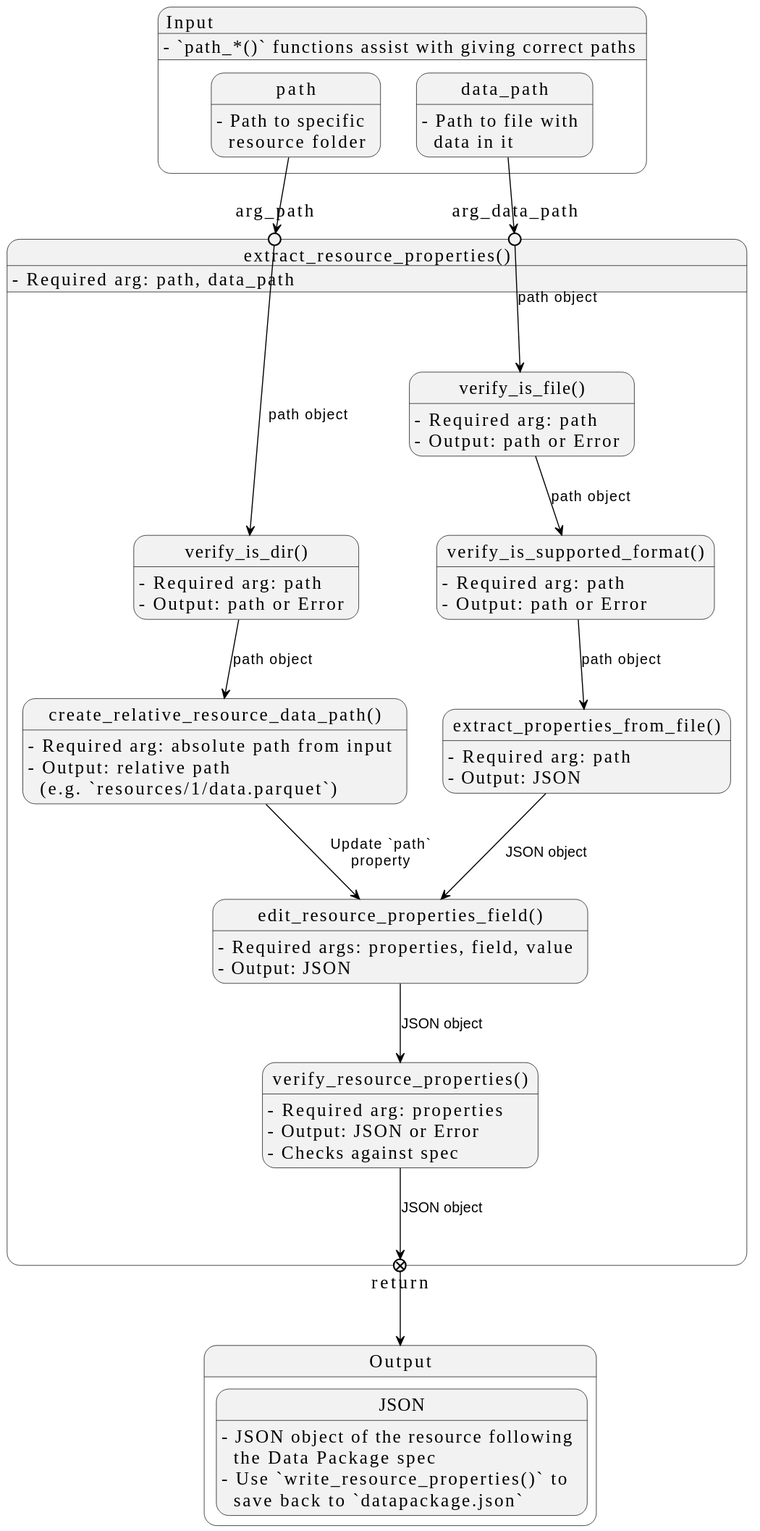
Earlier version of the PlantUML export docs/design/images/core-python-functions/extract-resource-properties.svg (signekb/seedcase-sprout). Its diagram source:
```plantuml
@startuml
!theme seedcase from https://raw.githubusercontent.com/seedcase-project/seedcase-theme/main

state "Input" as input {
  input : - `path_*()` functions assist with giving correct paths
  path : - Path to specific\n  resource folder
  data_path : - Path to file with\n  data in it
  path -[hidden]> data_path
}

state "Output" as output {
  state "JSON" as json_output
  json_output : - JSON object of the resource following\n  the Data Package spec
  json_output : - Use `write_resource_properties()` to\n  save back to `datapackage.json`
}

state "extract_resource_properties()" as erp {
  erp : - Required arg: path, data_path

  state arg_path <<entryPoint>>
  state arg_data_path <<entryPoint>>

  path --> arg_path
  data_path --> arg_data_path

  state "verify_is_dir()" as vid
  vid : - Required arg: path
  vid : - Output: path or Error
  arg_path --> vid : path object

  state "create_relative_resource_data_path()" as crrdp
  crrdp : - Required arg: absolute path from input
  crrdp : - Output: relative path\n  (e.g. `resources/1/data.parquet`)
  vid --> crrdp : path object

  state "verify_is_file()" as vif
  vif : - Required arg: path
  vif : - Output: path or Error
  arg_data_path --> vif : path object

  state "verify_is_supported_format()" as vsf
  vsf : - Required arg: path
  vsf : - Output: path or Error
  vif --> vsf : path object

  state "extract_properties_from_file()" as epff
  epff : - Required arg: path
  epff : - Output: JSON
  vsf --> epff : path object

  state "edit_resource_properties_field()" as erpf
  erpf : - Required args: properties, field, value
  erpf : - Output: JSON
  epff --> erpf : JSON object
  crrdp --> erpf : Update `path`\nproperty

  state "verify_resource_properties()" as vrp
  vrp : - Required arg: properties
  vrp : - Output: JSON or Error
  vrp : - Checks against spec
  erpf --> vrp : JSON object

  state "return" <<exitPoint>>
  vrp --> return : JSON object
  return --> output
}
@enduml
```
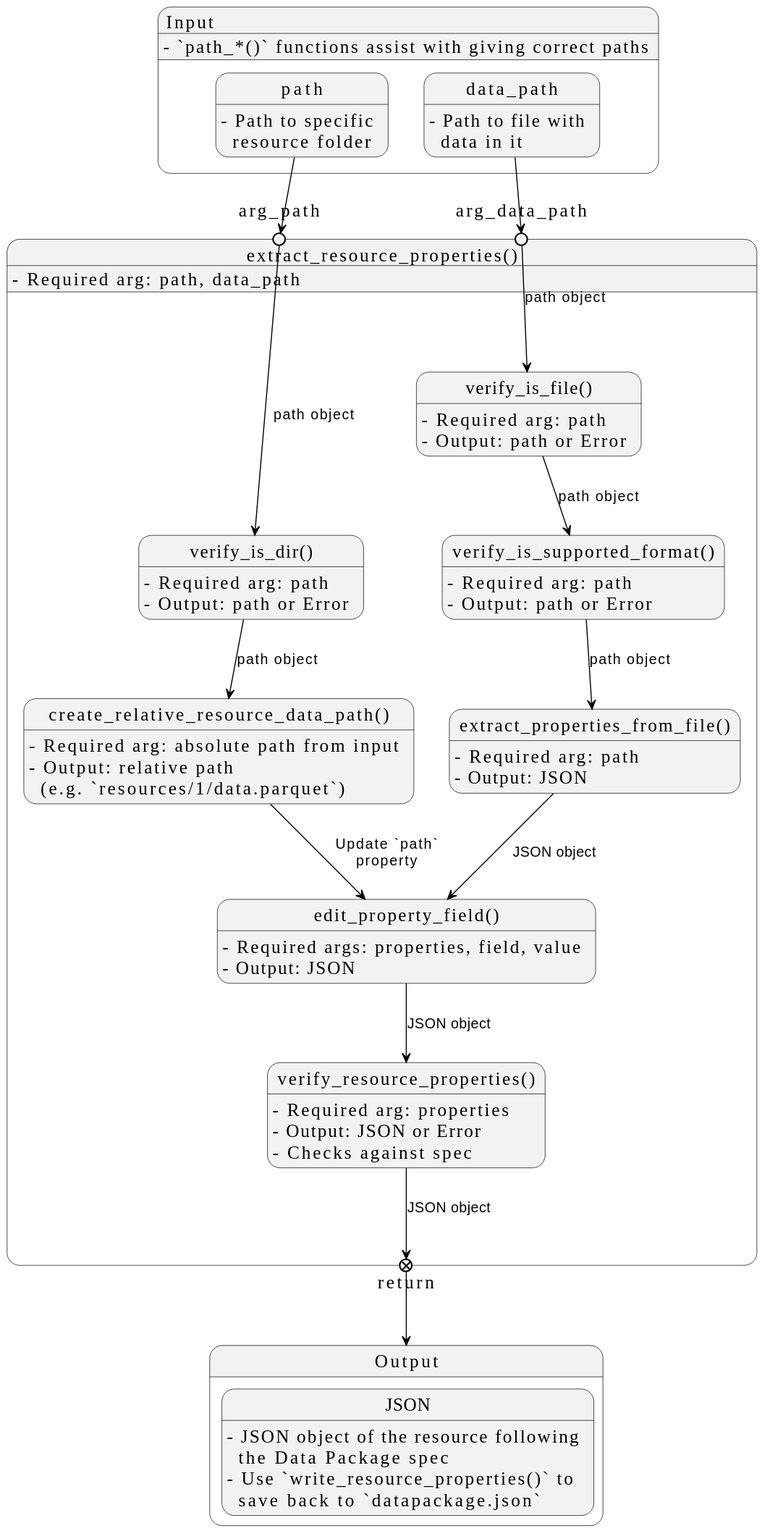
The same diagram one commit later.

Commit message:
refactor: ♻️  rename to `edit_property_field()` to be more inclusive (#658)

What changed in the source:
```diff
@@ -48,17 +48,17 @@
   epff : - Output: JSON
   vsf --> epff : path object
 
-  state "edit_resource_properties_field()" as erpf
-  erpf : - Required args: properties, field, value
-  erpf : - Output: JSON
-  epff --> erpf : JSON object
-  crrdp --> erpf : Update `path`\nproperty
+  state "edit_property_field()" as epf
+  epf : - Required args: properties, field, value
+  epf : - Output: JSON
+  epff --> epf : JSON object
+  crrdp --> epf : Update `path`\nproperty
 
   state "verify_resource_properties()" as vrp
   vrp : - Required arg: properties
   vrp : - Output: JSON or Error
   vrp : - Checks against spec
-  erpf --> vrp : JSON object
+  epf --> vrp : JSON object
 
   state "return" <<exitPoint>>
   vrp --> return : JSON object
```
